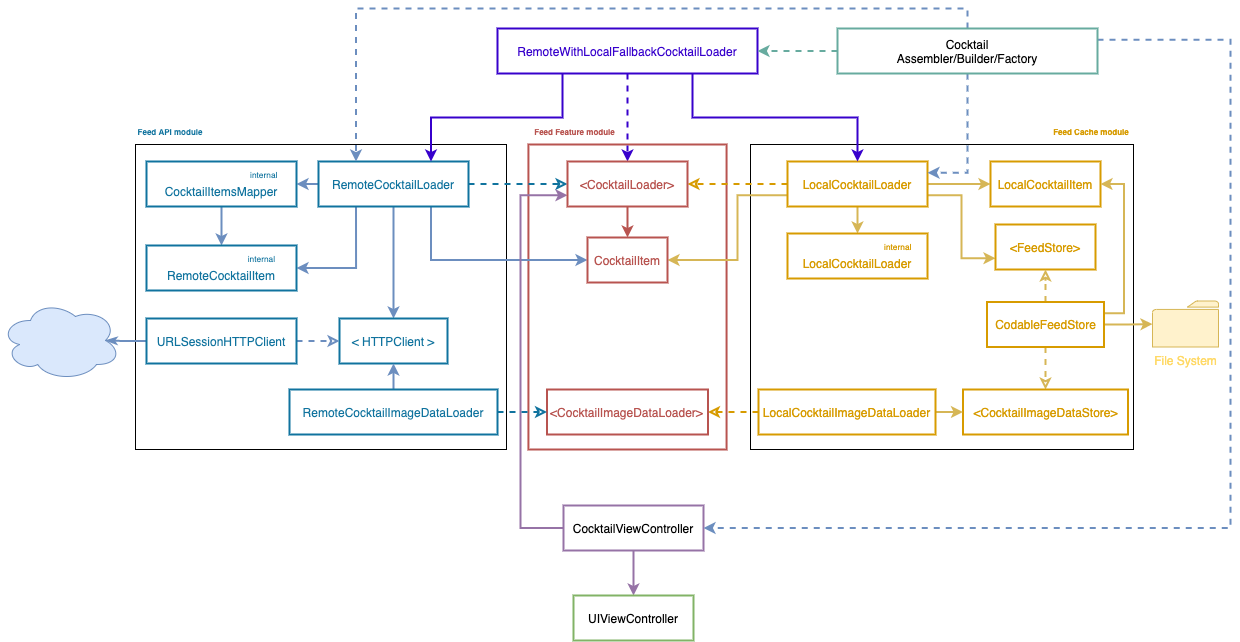
The draw.io diagram DrinGo_architecture.png in fvegagiga/DrinGo, before a commit. Source tidied: cells renumbered, new cells last; positions are measured from the earlier drawing's top-left corner, leaving out a move shared by most shapes.
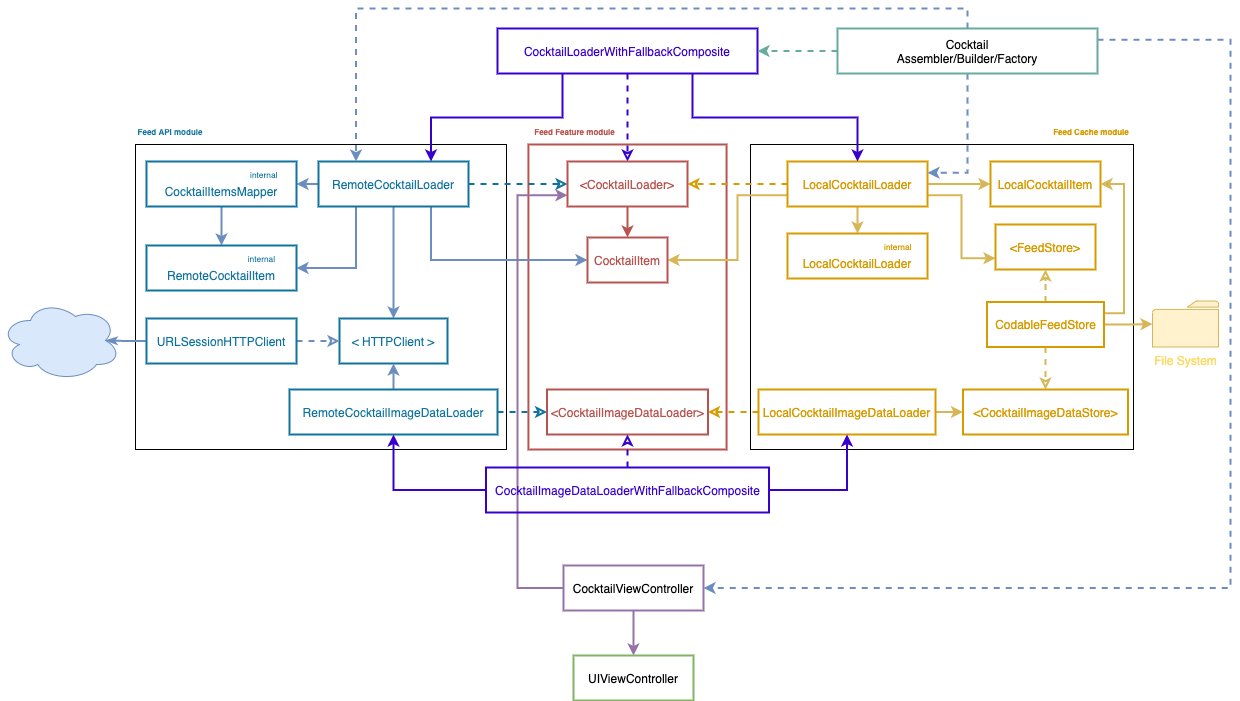
After the change.

Commit message:
Update architecture diagram

The edit, as a diff of the source:
```diff
@@ -61,10 +61,10 @@
     <mxCell id="19" style="edgeStyle=orthogonalEdgeStyle;rounded=0;jettySize=auto;html=1;entryX=0.5;entryY=0;entryDx=0;entryDy=0;fillColor=#6a00ff;strokeColor=#3700CC;strokeWidth=2;exitX=0.75;exitY=1;exitDx=0;exitDy=0;" parent="1" edge="1" source="21" target="17">
       <mxGeometry relative="1" as="geometry" />
     </mxCell>
-    <mxCell id="20" style="edgeStyle=orthogonalEdgeStyle;rounded=0;jettySize=auto;html=1;exitX=0.5;exitY=1;exitDx=0;exitDy=0;entryX=0.5;entryY=0;entryDx=0;entryDy=0;dashed=1;fontSize=12;fontColor=#3700CC;strokeColor=#3700CC;strokeWidth=2;fillColor=#6a00ff;" parent="1" edge="1" source="21" target="50">
+    <mxCell id="20" style="edgeStyle=orthogonalEdgeStyle;rounded=0;jettySize=auto;html=1;exitX=0.5;exitY=1;exitDx=0;exitDy=0;entryX=0.5;entryY=0;entryDx=0;entryDy=0;dashed=1;fontSize=12;fontColor=#3700CC;strokeColor=#3700CC;strokeWidth=2;fillColor=#6a00ff;endArrow=classic;endFill=0;" parent="1" edge="1" source="21" target="50">
       <mxGeometry relative="1" as="geometry" />
     </mxCell>
-    <mxCell id="21" value="RemoteWithLocalFallbackCocktailLoader" style="rounded=0;whiteSpace=wrap;html=1;strokeColor=#3700CC;strokeWidth=2;fillColor=none;fontColor=#3700CC;" parent="1" vertex="1">
+    <mxCell id="21" value="CocktailLoaderWithFallbackComposite" style="rounded=0;whiteSpace=wrap;html=1;strokeColor=#3700CC;strokeWidth=2;fillColor=none;fontColor=#3700CC;" parent="1" vertex="1">
       <mxGeometry x="497" width="260" height="45" as="geometry" />
     </mxCell>
     <mxCell id="22" style="edgeStyle=orthogonalEdgeStyle;rounded=0;jettySize=auto;html=1;exitX=0.5;exitY=1;exitDx=0;exitDy=0;entryX=0.5;entryY=0;entryDx=0;entryDy=0;fillColor=#e1d5e7;strokeColor=#9673a6;strokeWidth=2;" parent="1" edge="1" source="24" target="25">
@@ -73,16 +73,16 @@
     <mxCell id="23" style="edgeStyle=orthogonalEdgeStyle;rounded=0;jettySize=auto;html=1;exitX=0;exitY=0.5;exitDx=0;exitDy=0;entryX=0;entryY=0.75;entryDx=0;entryDy=0;fillColor=#e1d5e7;strokeColor=#9673a6;strokeWidth=2;" parent="1" edge="1" source="24" target="50">
       <mxGeometry relative="1" as="geometry">
         <Array as="points">
-          <mxPoint x="520" y="500" />
-          <mxPoint x="520" y="167" />
+          <mxPoint x="517" y="560" />
+          <mxPoint x="517" y="167" />
         </Array>
       </mxGeometry>
     </mxCell>
     <mxCell id="24" value="CocktailViewController" style="rounded=0;whiteSpace=wrap;html=1;strokeColor=#9673a6;fillColor=none;strokeWidth=2;" parent="1" vertex="1">
-      <mxGeometry x="563" y="477" width="140" height="45" as="geometry" />
+      <mxGeometry x="563" y="537" width="140" height="45" as="geometry" />
     </mxCell>
     <mxCell id="25" value="UIViewController" style="rounded=0;whiteSpace=wrap;html=1;strokeColor=#82b366;fillColor=none;strokeWidth=2;" parent="1" vertex="1">
-      <mxGeometry x="573" y="567" width="120" height="45" as="geometry" />
+      <mxGeometry x="573" y="627" width="120" height="45" as="geometry" />
     </mxCell>
     <mxCell id="26" style="edgeStyle=orthogonalEdgeStyle;rounded=0;jettySize=auto;html=1;exitX=0.5;exitY=0;exitDx=0;exitDy=0;entryX=0.25;entryY=0;entryDx=0;entryDy=0;dashed=1;fillColor=#dae8fc;strokeColor=#6c8ebf;strokeWidth=2;" parent="1" edge="1" source="30" target="11">
       <mxGeometry relative="1" as="geometry" />
@@ -91,7 +91,7 @@
       <mxGeometry relative="1" as="geometry">
         <Array as="points">
           <mxPoint x="1230" y="11" />
-          <mxPoint x="1230" y="500" />
+          <mxPoint x="1230" y="560" />
         </Array>
       </mxGeometry>
     </mxCell>
@@ -194,5 +194,17 @@
     <mxCell id="60" value="Feed Feature module" style="text;html=1;align=center;verticalAlign=middle;whiteSpace=wrap;rounded=0;fontSize=8;fontColor=#B85450;strokeWidth=2;fontStyle=1;" parent="1" vertex="1">
       <mxGeometry x="527.9" y="94" width="93.1" height="20" as="geometry" />
     </mxCell>
+    <mxCell id="61" style="edgeStyle=orthogonalEdgeStyle;rounded=0;jettySize=auto;html=1;exitX=0.5;exitY=0;exitDx=0;exitDy=0;entryX=0.5;entryY=1;entryDx=0;entryDy=0;dashed=1;fontSize=12;fontColor=#3700CC;strokeColor=#3700CC;strokeWidth=2;fillColor=#6a00ff;endFill=0;" parent="1" edge="1" source="64" target="55">
+      <mxGeometry relative="1" as="geometry" />
+    </mxCell>
+    <mxCell id="62" style="edgeStyle=orthogonalEdgeStyle;rounded=0;jettySize=auto;html=1;exitX=1;exitY=0.5;exitDx=0;exitDy=0;entryX=0.5;entryY=1;entryDx=0;entryDy=0;endArrow=classic;strokeColor=#3700CC;strokeWidth=2;fillColor=#6a00ff;" parent="1" edge="1" source="64" target="54">
+      <mxGeometry relative="1" as="geometry" />
+    </mxCell>
+    <mxCell id="63" style="edgeStyle=orthogonalEdgeStyle;rounded=0;jettySize=auto;html=1;exitX=0;exitY=0.5;exitDx=0;exitDy=0;entryX=0.5;entryY=1;entryDx=0;entryDy=0;endArrow=classic;strokeColor=#3700CC;strokeWidth=2;fillColor=#6a00ff;" parent="1" edge="1" source="64" target="58">
+      <mxGeometry relative="1" as="geometry" />
+    </mxCell>
+    <mxCell id="64" value="CocktailImageDataLoaderWithFallbackComposite" style="rounded=0;whiteSpace=wrap;html=1;strokeColor=#3700CC;strokeWidth=2;fillColor=none;fontColor=#3700CC;" parent="1" vertex="1">
+      <mxGeometry x="485.5" y="439" width="283" height="45" as="geometry" />
+    </mxCell>
   </root>
 </mxGraphModel>
```
